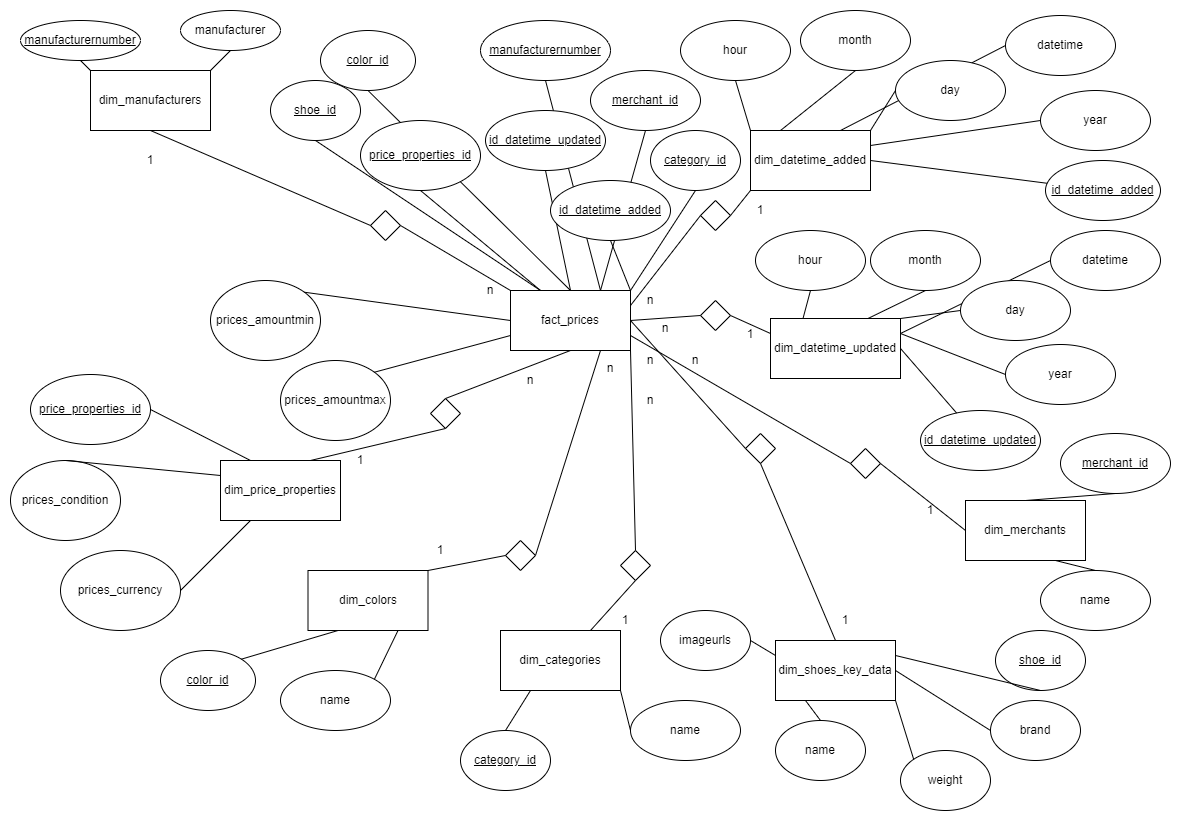
MartinTomaszewski/Tabular_Playground_August keeps this draw.io diagram as Meilenstein 1/pictures/6a.png. Above is the earlier version. Source tidied: cells renumbered, new cells last; positions are measured from the earlier drawing's top-left corner, leaving out a move shared by most shapes.
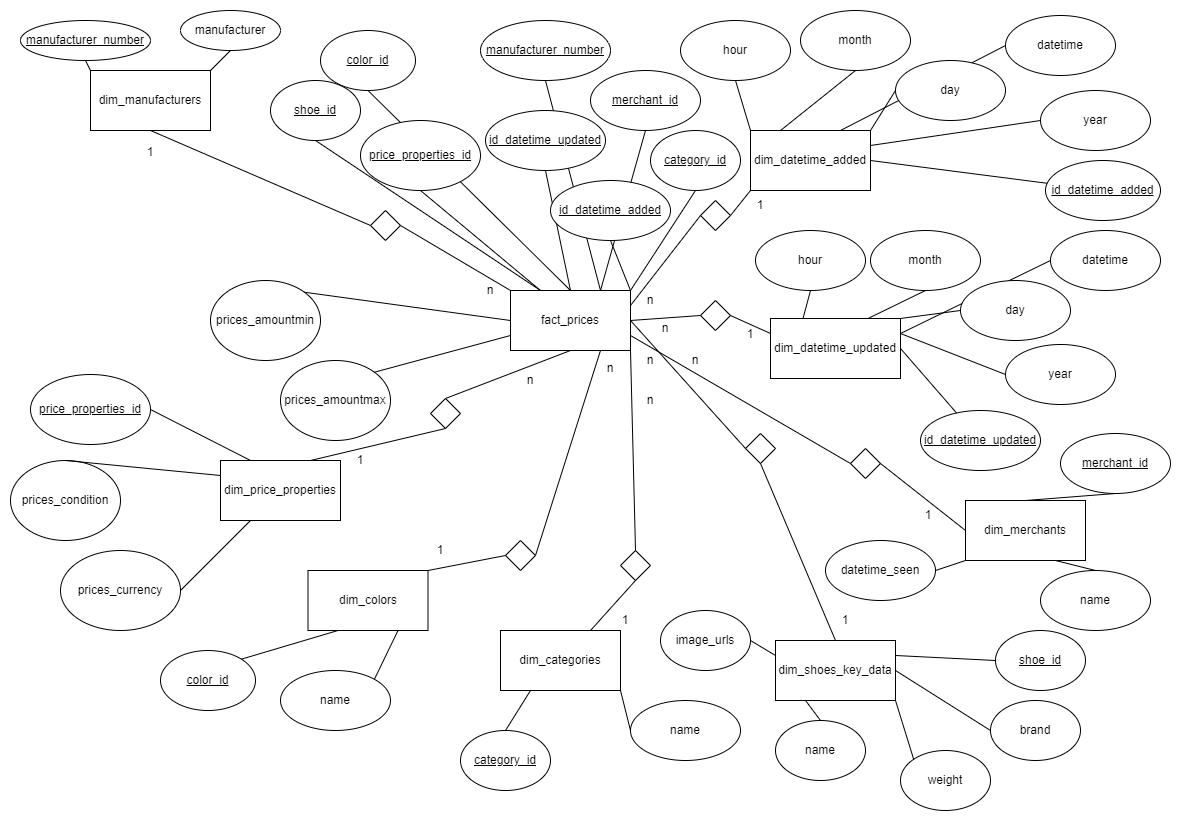
The same diagram one commit later.

Diff of the diagram source:
```diff
@@ -60,12 +60,12 @@
       <mxGeometry x="815" y="600" width="40" height="20" as="geometry" />
     </mxCell>
     <mxCell id="21" value="1" style="text;html=1;strokeColor=none;fillColor=none;align=center;verticalAlign=middle;whiteSpace=wrap;rounded=0;" parent="1" vertex="1">
-      <mxGeometry x="120" y="140" width="40" height="20" as="geometry" />
+      <mxGeometry x="120" y="132" width="40" height="20" as="geometry" />
     </mxCell>
     <mxCell id="22" value="&lt;u&gt;shoe_id&lt;/u&gt;" style="ellipse;whiteSpace=wrap;html=1;" parent="1" vertex="1">
       <mxGeometry x="985" y="620" width="90" height="60" as="geometry" />
     </mxCell>
-    <mxCell id="23" style="endArrow=none;html=1;entryX=1;entryY=0.25;entryDx=0;entryDy=0;exitX=0.5;exitY=1;exitDx=0;exitDy=0;" parent="1" edge="1" source="22" target="11">
+    <mxCell id="23" style="endArrow=none;html=1;entryX=1;entryY=0.25;entryDx=0;entryDy=0;exitX=0;exitY=0.5;exitDx=0;exitDy=0;" parent="1" edge="1" source="22" target="11">
       <mxGeometry relative="1" as="geometry" />
     </mxCell>
     <mxCell id="24" value="brand" style="ellipse;whiteSpace=wrap;html=1;" parent="1" vertex="1">
@@ -74,7 +74,7 @@
     <mxCell id="25" style="endArrow=none;html=1;entryX=1;entryY=0.5;entryDx=0;entryDy=0;exitX=0;exitY=0.5;exitDx=0;exitDy=0;" parent="1" edge="1" source="24" target="11">
       <mxGeometry relative="1" as="geometry" />
     </mxCell>
-    <mxCell id="26" value="&lt;u&gt;manufacturernumber&lt;/u&gt;" style="ellipse;whiteSpace=wrap;html=1;" parent="1" vertex="1">
+    <mxCell id="26" value="&lt;u&gt;manufacturer_number&lt;/u&gt;" style="ellipse;whiteSpace=wrap;html=1;" parent="1" vertex="1">
       <mxGeometry x="470" y="10" width="130" height="60" as="geometry" />
     </mxCell>
     <mxCell id="27" value="&lt;u&gt;shoe_id&lt;/u&gt;" style="ellipse;whiteSpace=wrap;html=1;" parent="1" vertex="1">
@@ -83,8 +83,8 @@
     <mxCell id="28" style="endArrow=none;html=1;entryX=0.5;entryY=1;entryDx=0;entryDy=0;exitX=0.25;exitY=0;exitDx=0;exitDy=0;" parent="1" edge="1" source="9" target="27">
       <mxGeometry relative="1" as="geometry" />
     </mxCell>
-    <mxCell id="29" value="&lt;u&gt;manufacturernumber&lt;/u&gt;" style="ellipse;whiteSpace=wrap;html=1;" parent="1" vertex="1">
-      <mxGeometry x="10" y="10" width="120" height="40" as="geometry" />
+    <mxCell id="29" value="&lt;u&gt;manufacturer_number&lt;/u&gt;" style="ellipse;whiteSpace=wrap;html=1;" parent="1" vertex="1">
+      <mxGeometry x="10" y="10" width="130" height="40" as="geometry" />
     </mxCell>
     <mxCell id="30" style="endArrow=none;html=1;entryX=0.5;entryY=1;entryDx=0;entryDy=0;exitX=0;exitY=0;exitDx=0;exitDy=0;" parent="1" edge="1" source="10" target="29">
       <mxGeometry relative="1" as="geometry" />
@@ -141,7 +141,7 @@
       <mxGeometry x="620" y="280" width="40" height="20" as="geometry" />
     </mxCell>
     <mxCell id="48" value="1" style="text;html=1;strokeColor=none;fillColor=none;align=center;verticalAlign=middle;whiteSpace=wrap;rounded=0;" parent="1" vertex="1">
-      <mxGeometry x="730" y="190" width="40" height="20" as="geometry" />
+      <mxGeometry x="730" y="185" width="40" height="20" as="geometry" />
     </mxCell>
     <mxCell id="49" value="1" style="text;html=1;strokeColor=none;fillColor=none;align=center;verticalAlign=middle;whiteSpace=wrap;rounded=0;" parent="1" vertex="1">
       <mxGeometry x="330" y="440" width="40" height="20" as="geometry" />
@@ -197,7 +197,7 @@
     <mxCell id="66" value="&lt;u&gt;category_id&lt;/u&gt;" style="ellipse;whiteSpace=wrap;html=1;" parent="1" vertex="1">
       <mxGeometry x="640" y="120" width="90" height="60" as="geometry" />
     </mxCell>
-    <mxCell id="67" value="imageurls" style="ellipse;whiteSpace=wrap;html=1;" parent="1" vertex="1">
+    <mxCell id="67" value="image_urls" style="ellipse;whiteSpace=wrap;html=1;" parent="1" vertex="1">
       <mxGeometry x="650" y="600" width="90" height="60" as="geometry" />
     </mxCell>
     <mxCell id="68" style="endArrow=none;html=1;entryX=0;entryY=0.25;entryDx=0;entryDy=0;exitX=1;exitY=0.5;exitDx=0;exitDy=0;" parent="1" edge="1" source="67" target="11">
@@ -264,7 +264,7 @@
       <mxGeometry x="665" y="340" width="40" height="20" as="geometry" />
     </mxCell>
     <mxCell id="89" value="1" style="text;html=1;strokeColor=none;fillColor=none;align=center;verticalAlign=middle;whiteSpace=wrap;rounded=0;" parent="1" vertex="1">
-      <mxGeometry x="900" y="490" width="40" height="20" as="geometry" />
+      <mxGeometry x="898" y="495" width="40" height="20" as="geometry" />
     </mxCell>
     <mxCell id="90" style="endArrow=none;html=1;entryX=1;entryY=1;entryDx=0;entryDy=0;exitX=0.5;exitY=0;exitDx=0;exitDy=0;" parent="1" edge="1" source="84" target="9">
       <mxGeometry relative="1" as="geometry" />
@@ -377,5 +377,11 @@
     <mxCell id="126" value="datetime" style="ellipse;whiteSpace=wrap;html=1;" parent="1" vertex="1">
       <mxGeometry x="1040" y="220" width="110" height="60" as="geometry" />
     </mxCell>
+    <mxCell id="127" value="datetime_seen" style="ellipse;whiteSpace=wrap;html=1;" parent="1" vertex="1">
+      <mxGeometry x="815" y="530" width="110" height="60" as="geometry" />
+    </mxCell>
+    <mxCell id="128" style="endArrow=none;html=1;rounded=0;entryX=0;entryY=1;entryDx=0;entryDy=0;exitX=1;exitY=0.5;exitDx=0;exitDy=0;" parent="1" edge="1" source="127" target="75">
+      <mxGeometry relative="1" as="geometry" />
+    </mxCell>
   </root>
 </mxGraphModel>
```
